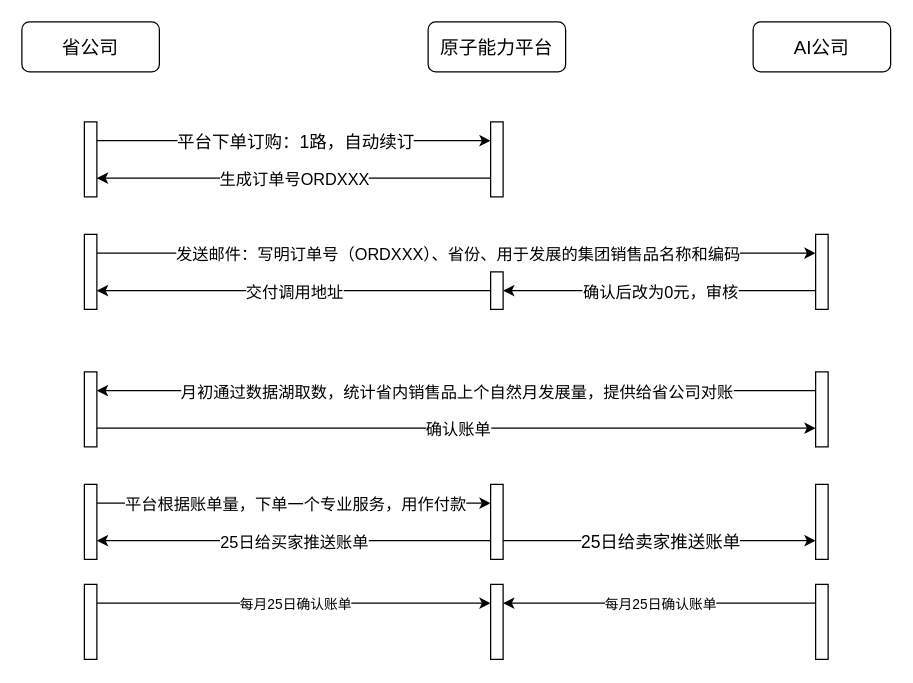
JQLIANG77/drowio keeps this draw.io diagram as CV云侧调用流程.drawio. Above is the earlier version. Source tidied: cells renumbered, new cells numbered last; positions are measured from the earlier drawing's top-left corner, leaving out a move shared by most shapes. Both pictures are drawn from the tidied source at 125%, with x=0, y=0 at pixel (21, 21).
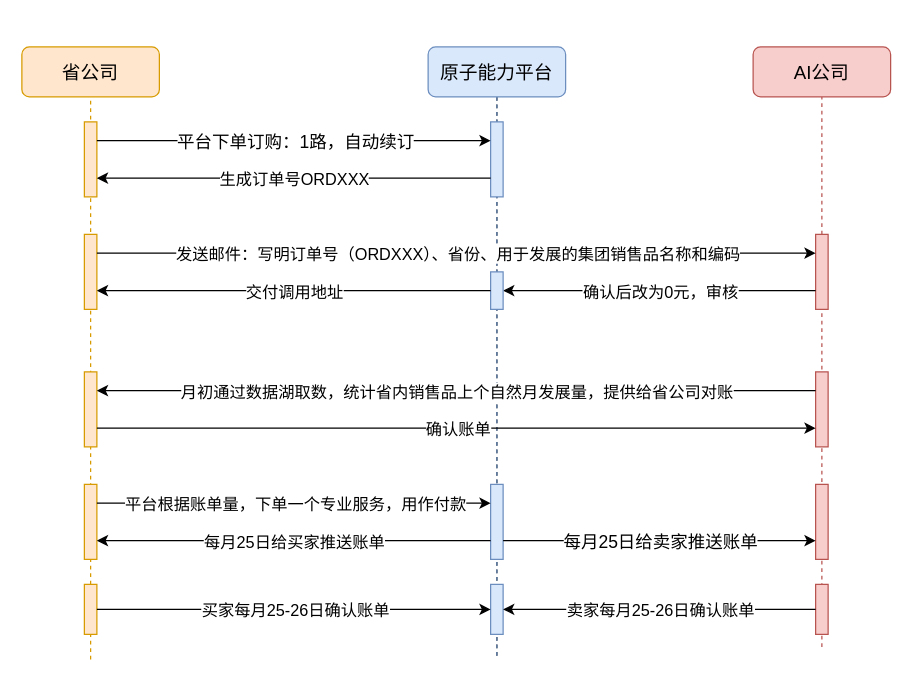
The same page after the edit.

Commit message:
更新CV云侧调用流程.drawio

The change refers to these unchanged cells:
```xml
<mxCell id="31" style="endArrow=classic;html=1;rounded=0;exitX=1;exitY=0.75;exitDx=0;exitDy=0;entryX=0;entryY=0.75;entryDx=0;entryDy=0;" parent="1" edge="1" source="27" target="30">
  <mxGeometry relative="1" as="geometry" />
</mxCell>
<mxCell id="33" style="endArrow=classic;html=1;rounded=0;exitX=0;exitY=0.75;exitDx=0;exitDy=0;entryX=1;entryY=0.75;entryDx=0;entryDy=0;" parent="1" edge="1" source="27" target="26">
  <mxGeometry relative="1" as="geometry" />
</mxCell>
```

Diff of the diagram source:
```diff
@@
+    <mxCell id="42" style="endArrow=none;dashed=1;html=1;rounded=0;entryX=0.5;entryY=1;entryDx=0;entryDy=0;fillColor=#f8cecc;strokeColor=#b85450;" parent="1" edge="1" target="11">
+      <mxGeometry relative="1" as="geometry">
+        <mxPoint x="640" y="500" as="sourcePoint" />
+      </mxGeometry>
+    </mxCell>
+    <mxCell id="43" style="endArrow=none;dashed=1;html=1;rounded=0;entryX=0.5;entryY=1;entryDx=0;entryDy=0;fillColor=#ffe6cc;strokeColor=#d79b00;" parent="1" edge="1" target="2">
+      <mxGeometry relative="1" as="geometry">
+        <mxPoint x="55" y="510" as="sourcePoint" />
+      </mxGeometry>
+    </mxCell>
+    <mxCell id="44" style="endArrow=none;dashed=1;html=1;rounded=0;exitX=0.5;exitY=1;exitDx=0;exitDy=0;" parent="1" edge="1">
+      <mxGeometry relative="1" as="geometry">
+        <mxPoint x="380" y="60" as="sourcePoint" />
+        <mxPoint x="380" y="510" as="targetPoint" />
+      </mxGeometry>
+    </mxCell>
+    <mxCell id="45" style="endArrow=none;dashed=1;html=1;rounded=0;exitX=0.5;exitY=1;exitDx=0;exitDy=0;fillColor=#dae8fc;strokeColor=#6c8ebf;" parent="1" edge="1" source="4">
+      <mxGeometry relative="1" as="geometry">
+        <mxPoint x="380" y="510" as="targetPoint" />
+      </mxGeometry>
+    </mxCell>
-    <mxCell id="2" value="&lt;font style=&quot;font-size: 15px;&quot;&gt;省公司&lt;/font&gt;" style="rounded=1;whiteSpace=wrap;html=1;" parent="1" vertex="1">
-      <mxGeometry width="110" height="40" as="geometry" />
+    <mxCell id="2" value="&lt;font style=&quot;font-size: 15px;&quot;&gt;省公司&lt;/font&gt;" style="rounded=1;whiteSpace=wrap;html=1;fillColor=#ffe6cc;strokeColor=#d79b00;" parent="1" vertex="1">
+      <mxGeometry y="20" width="110" height="40" as="geometry" />
     </mxCell>
-    <mxCell id="3" style="rounded=0;whiteSpace=wrap;html=1;" parent="1" vertex="1">
+    <mxCell id="3" style="rounded=0;whiteSpace=wrap;html=1;fillColor=#ffe6cc;strokeColor=#d79b00;" parent="1" vertex="1">
       <mxGeometry x="50" y="80" width="10" height="60" as="geometry" />
     </mxCell>
-    <mxCell id="4" value="&lt;font style=&quot;font-size: 15px;&quot;&gt;原子能力平台&lt;/font&gt;" style="rounded=1;whiteSpace=wrap;html=1;" parent="1" vertex="1">
-      <mxGeometry x="325" width="110" height="40" as="geometry" />
+    <mxCell id="4" value="&lt;font style=&quot;font-size: 15px;&quot;&gt;原子能力平台&lt;/font&gt;" style="rounded=1;whiteSpace=wrap;html=1;fillColor=#dae8fc;strokeColor=#6c8ebf;" parent="1" vertex="1">
+      <mxGeometry x="325" y="20" width="110" height="40" as="geometry" />
     </mxCell>
-    <mxCell id="5" style="rounded=0;whiteSpace=wrap;html=1;" parent="1" vertex="1">
+    <mxCell id="5" style="rounded=0;whiteSpace=wrap;html=1;fillColor=#dae8fc;strokeColor=#6c8ebf;" parent="1" vertex="1">
       <mxGeometry x="375" y="80" width="10" height="60" as="geometry" />
     </mxCell>
@@
-    <mxCell id="10" style="rounded=0;whiteSpace=wrap;html=1;" parent="1" vertex="1">
+    <mxCell id="10" style="rounded=0;whiteSpace=wrap;html=1;fillColor=#ffe6cc;strokeColor=#d79b00;" parent="1" vertex="1">
       <mxGeometry x="50" y="170" width="10" height="60" as="geometry" />
     </mxCell>
-    <mxCell id="11" value="&lt;span style=&quot;font-size: 15px;&quot;&gt;AI公司&lt;/span&gt;" style="rounded=1;whiteSpace=wrap;html=1;" parent="1" vertex="1">
-      <mxGeometry x="585" width="110" height="40" as="geometry" />
+    <mxCell id="11" value="&lt;span style=&quot;font-size: 15px;&quot;&gt;AI公司&lt;/span&gt;" style="rounded=1;whiteSpace=wrap;html=1;fillColor=#f8cecc;strokeColor=#b85450;" parent="1" vertex="1">
+      <mxGeometry x="585" y="20" width="110" height="40" as="geometry" />
     </mxCell>
-    <mxCell id="12" style="rounded=0;whiteSpace=wrap;html=1;" parent="1" vertex="1">
+    <mxCell id="12" style="rounded=0;whiteSpace=wrap;html=1;fillColor=#f8cecc;strokeColor=#b85450;" parent="1" vertex="1">
       <mxGeometry x="635" y="170" width="10" height="60" as="geometry" />
     </mxCell>
@@
-    <mxCell id="17" style="rounded=0;whiteSpace=wrap;html=1;" parent="1" vertex="1">
+    <mxCell id="17" style="rounded=0;whiteSpace=wrap;html=1;fillColor=#dae8fc;strokeColor=#6c8ebf;" parent="1" vertex="1">
       <mxGeometry x="375" y="200" width="10" height="30" as="geometry" />
     </mxCell>
@@
-    <mxCell id="20" style="rounded=0;whiteSpace=wrap;html=1;" parent="1" vertex="1">
+    <mxCell id="20" style="rounded=0;whiteSpace=wrap;html=1;fillColor=#f8cecc;strokeColor=#b85450;" parent="1" vertex="1">
       <mxGeometry x="635" y="280" width="10" height="60" as="geometry" />
     </mxCell>
-    <mxCell id="21" style="rounded=0;whiteSpace=wrap;html=1;" parent="1" vertex="1">
+    <mxCell id="21" style="rounded=0;whiteSpace=wrap;html=1;fillColor=#ffe6cc;strokeColor=#d79b00;" parent="1" vertex="1">
       <mxGeometry x="50" y="280" width="10" height="60" as="geometry" />
     </mxCell>
@@
-    <mxCell id="26" style="rounded=0;whiteSpace=wrap;html=1;" parent="1" vertex="1">
+    <mxCell id="26" style="rounded=0;whiteSpace=wrap;html=1;fillColor=#ffe6cc;strokeColor=#d79b00;" parent="1" vertex="1">
       <mxGeometry x="50" y="370" width="10" height="60" as="geometry" />
     </mxCell>
-    <mxCell id="27" style="rounded=0;whiteSpace=wrap;html=1;" parent="1" vertex="1">
+    <mxCell id="27" style="rounded=0;whiteSpace=wrap;html=1;fillColor=#dae8fc;strokeColor=#6c8ebf;" parent="1" vertex="1">
       <mxGeometry x="375" y="370" width="10" height="60" as="geometry" />
     </mxCell>
@@
-    <mxCell id="30" style="rounded=0;whiteSpace=wrap;html=1;" parent="1" vertex="1">
+    <mxCell id="30" style="rounded=0;whiteSpace=wrap;html=1;fillColor=#f8cecc;strokeColor=#b85450;" parent="1" vertex="1">
       <mxGeometry x="635" y="370" width="10" height="60" as="geometry" />
     </mxCell>
@@
-    <mxCell id="32" value="&lt;font style=&quot;font-size: 14px;&quot;&gt;25日给卖家推送账单&lt;/font&gt;" style="edgeLabel;html=1;align=center;verticalAlign=middle;" parent="31" vertex="1">
+    <mxCell id="32" value="&lt;font style=&quot;font-size: 14px;&quot;&gt;每月25日给卖家推送账单&lt;/font&gt;" style="edgeLabel;html=1;align=center;verticalAlign=middle;" parent="31" vertex="1">
       <mxGeometry relative="1" as="geometry" />
     </mxCell>
@@
-    <mxCell id="34" value="&lt;font style=&quot;font-size: 13px;&quot;&gt;25日给买家推送账单&lt;/font&gt;" style="edgeLabel;html=1;align=center;verticalAlign=middle;" parent="33" vertex="1">
+    <mxCell id="34" value="&lt;font style=&quot;font-size: 13px;&quot;&gt;每月25日给买家推送账单&lt;/font&gt;" style="edgeLabel;html=1;align=center;verticalAlign=middle;" parent="33" vertex="1">
       <mxGeometry relative="1" as="geometry" />
     </mxCell>
-    <mxCell id="35" style="rounded=0;whiteSpace=wrap;html=1;" parent="1" vertex="1">
-      <mxGeometry x="50" y="450" width="10" height="60" as="geometry" />
+    <mxCell id="35" style="rounded=0;whiteSpace=wrap;html=1;fillColor=#ffe6cc;strokeColor=#d79b00;" parent="1" vertex="1">
+      <mxGeometry x="50" y="450" width="10" height="40" as="geometry" />
     </mxCell>
-    <mxCell id="36" style="rounded=0;whiteSpace=wrap;html=1;" parent="1" vertex="1">
-      <mxGeometry x="375" y="450" width="10" height="60" as="geometry" />
+    <mxCell id="36" style="rounded=0;whiteSpace=wrap;html=1;fillColor=#dae8fc;strokeColor=#6c8ebf;" parent="1" vertex="1">
+      <mxGeometry x="375" y="450" width="10" height="40" as="geometry" />
     </mxCell>
-    <mxCell id="37" style="rounded=0;whiteSpace=wrap;html=1;" parent="1" vertex="1">
-      <mxGeometry x="635" y="450" width="10" height="60" as="geometry" />
+    <mxCell id="37" style="rounded=0;whiteSpace=wrap;html=1;fillColor=#f8cecc;strokeColor=#b85450;" parent="1" vertex="1">
+      <mxGeometry x="635" y="450" width="10" height="40" as="geometry" />
     </mxCell>
-    <mxCell id="38" style="endArrow=classic;html=1;rounded=0;exitX=1;exitY=0.25;exitDx=0;exitDy=0;entryX=0;entryY=0.25;entryDx=0;entryDy=0;" parent="1" edge="1" source="35" target="36">
+    <mxCell id="38" style="endArrow=classic;html=1;rounded=0;exitX=1;exitY=0.5;exitDx=0;exitDy=0;entryX=0;entryY=0.5;entryDx=0;entryDy=0;" parent="1" edge="1" source="35" target="36">
       <mxGeometry relative="1" as="geometry" />
     </mxCell>
-    <mxCell id="39" value="每月25日确认账单" style="edgeLabel;html=1;align=center;verticalAlign=middle;" parent="38" vertex="1">
+    <mxCell id="39" value="&lt;font style=&quot;font-size: 13px;&quot;&gt;买家每月25-26日确认账单&lt;/font&gt;" style="edgeLabel;html=1;align=center;verticalAlign=middle;" parent="38" vertex="1">
       <mxGeometry relative="1" as="geometry" />
     </mxCell>
-    <mxCell id="40" style="endArrow=classic;html=1;rounded=0;exitX=0;exitY=0.25;exitDx=0;exitDy=0;entryX=1;entryY=0.25;entryDx=0;entryDy=0;" parent="1" edge="1" source="37" target="36">
+    <mxCell id="40" style="endArrow=classic;html=1;rounded=0;exitX=0;exitY=0.5;exitDx=0;exitDy=0;entryX=1;entryY=0.5;entryDx=0;entryDy=0;" parent="1" edge="1" source="37" target="36">
       <mxGeometry relative="1" as="geometry" />
     </mxCell>
-    <mxCell id="41" value="每月25日确认账单" style="edgeLabel;html=1;align=center;verticalAlign=middle;" parent="40" vertex="1">
+    <mxCell id="41" value="&lt;font style=&quot;font-size: 13px;&quot;&gt;卖家每月25-26日确认账单&lt;/font&gt;" style="edgeLabel;html=1;align=center;verticalAlign=middle;" parent="40" vertex="1">
       <mxGeometry relative="1" as="geometry" />
     </mxCell>
```
